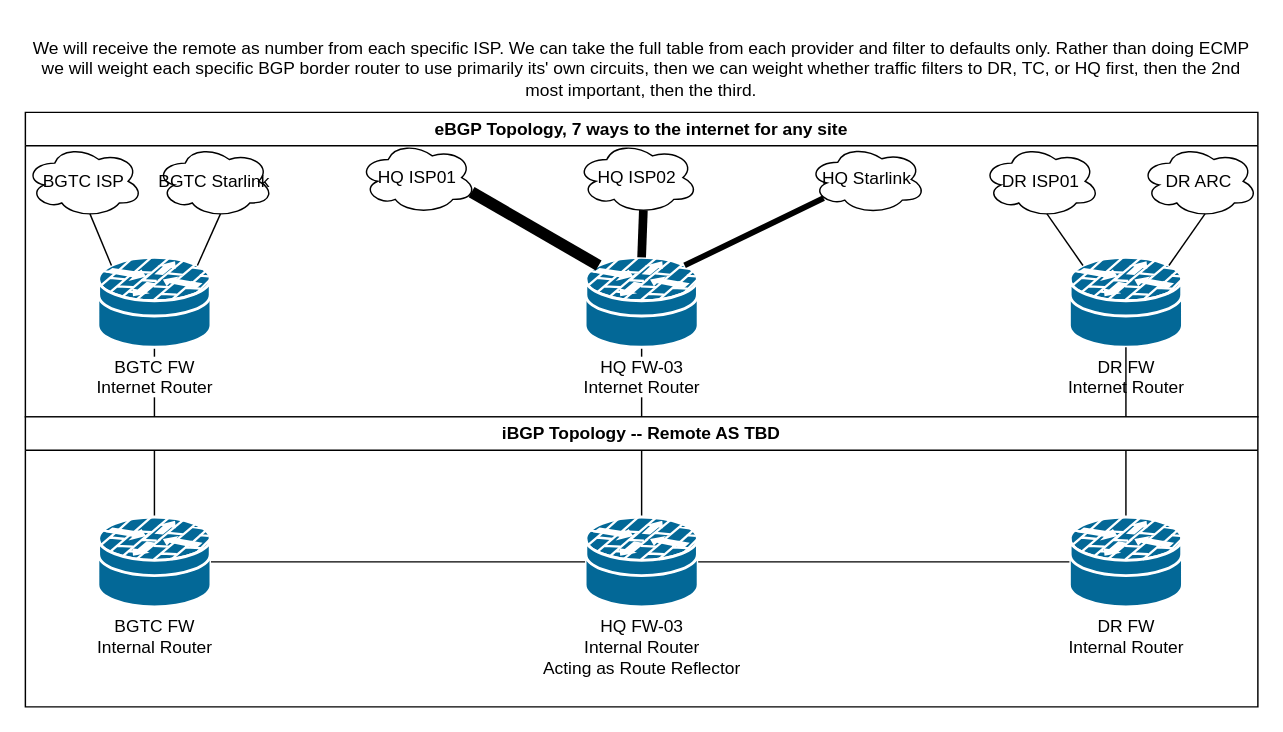
Before: page "BGP Topo" (2 of 2) of Future_Network.drawio in adamrt918/Diagram, a draw.io diagram. Source tidied: cells renumbered, new cells numbered last; positions are measured from the earlier drawing's top-left corner, leaving out a move shared by most shapes. Both pictures are drawn from the tidied source at 145%, with x=0, y=0 at pixel (25, 25).
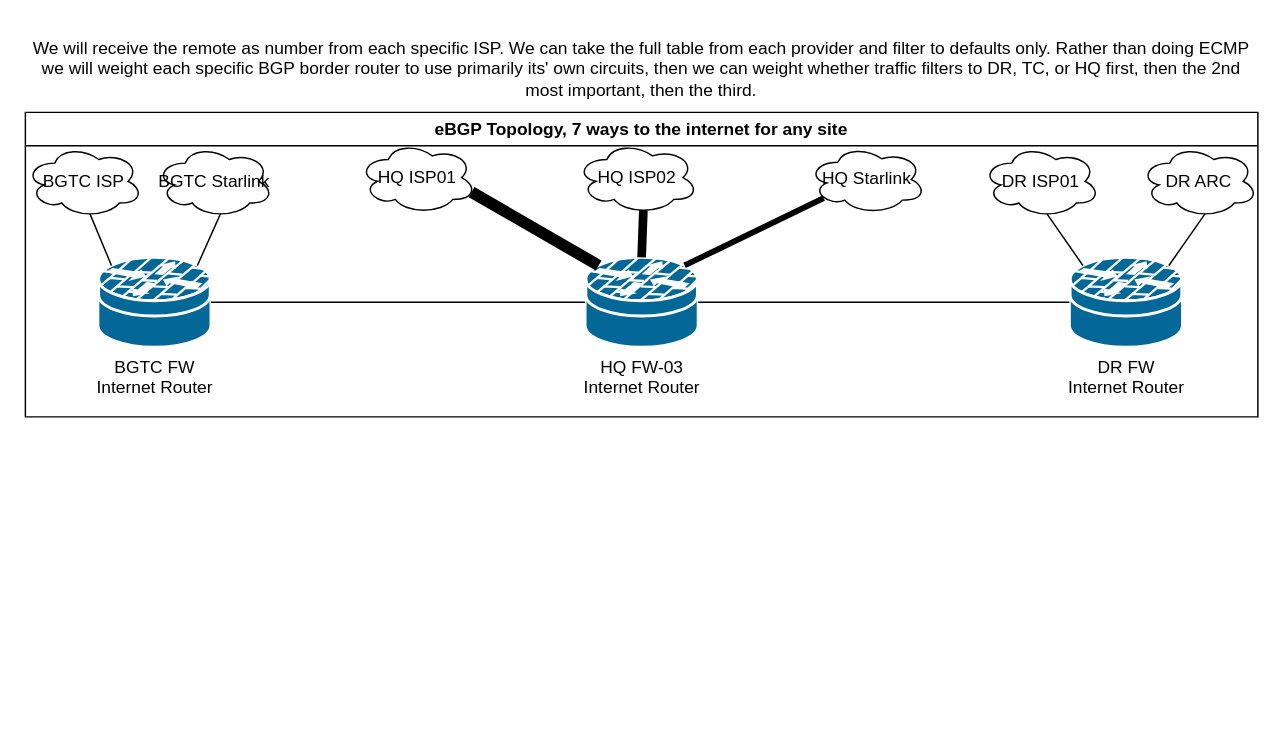
The same page after the edit.

Unchanged cells that the change refers to:
```xml
<mxCell id="4" value="eBGP Topology, 7 ways to the internet for any site" style="swimlane;whiteSpace=wrap;html=1;" parent="1" vertex="1">
  <mxGeometry y="60" width="850" height="210" as="geometry" />
</mxCell>
<mxCell id="12" value="&lt;span style=&quot;background-color: light-dark(#ffffff, var(--ge-dark-color, #121212));&quot;&gt;HQ FW-03&lt;/span&gt;&lt;div&gt;&lt;span style=&quot;background-color: light-dark(#ffffff, var(--ge-dark-color, #121212));&quot;&gt;Internet Router&lt;/span&gt;&lt;/div&gt;" style="shape=mxgraph.cisco.security.router_firewall;sketch=0;html=1;dashed=0;fillColor=#036897;strokeColor=#ffffff;strokeWidth=2;verticalLabelPosition=bottom;verticalAlign=top;align=center;outlineConnect=0;" parent="4" vertex="1">
  <mxGeometry x="386" y="100" width="78" height="62" as="geometry" />
</mxCell>
<mxCell id="13" value="&lt;span style=&quot;background-color: light-dark(#ffffff, var(--ge-dark-color, #121212));&quot;&gt;BGTC FW&lt;/span&gt;&lt;div&gt;&lt;span style=&quot;background-color: light-dark(#ffffff, var(--ge-dark-color, #121212));&quot;&gt;Internet Router&lt;/span&gt;&lt;/div&gt;" style="shape=mxgraph.cisco.security.router_firewall;sketch=0;html=1;dashed=0;fillColor=#036897;strokeColor=#ffffff;strokeWidth=2;verticalLabelPosition=bottom;verticalAlign=top;align=center;outlineConnect=0;" parent="4" vertex="1">
  <mxGeometry x="50" y="100" width="78" height="62" as="geometry" />
</mxCell>
<mxCell id="14" value="&lt;span style=&quot;background-color: light-dark(#ffffff, var(--ge-dark-color, #121212));&quot;&gt;DR FW&lt;/span&gt;&lt;div&gt;&lt;span style=&quot;background-color: light-dark(#ffffff, var(--ge-dark-color, #121212));&quot;&gt;Internet Router&lt;/span&gt;&lt;/div&gt;" style="shape=mxgraph.cisco.security.router_firewall;sketch=0;html=1;dashed=0;fillColor=#036897;strokeColor=#ffffff;strokeWidth=2;verticalLabelPosition=bottom;verticalAlign=top;align=center;outlineConnect=0;" parent="4" vertex="1">
  <mxGeometry x="720" y="100" width="78" height="62" as="geometry" />
</mxCell>
```

The edit, as a diff of the source:
```diff
@@
-    <mxCell id="2" style="edgeStyle=orthogonalEdgeStyle;rounded=0;jettySize=auto;html=1;endArrow=none;startFill=0;" parent="1" edge="1" source="12" target="26">
-      <mxGeometry relative="1" as="geometry" />
-    </mxCell>
-    <mxCell id="3" style="endArrow=none;html=1;rounded=0;entryX=0.5;entryY=1;entryDx=0;entryDy=0;entryPerimeter=0;exitX=0.5;exitY=0;exitDx=0;exitDy=0;exitPerimeter=0;" parent="1" edge="1" source="25" target="13">
-      <mxGeometry relative="1" as="geometry" />
-    </mxCell>
@@
-    <mxCell id="22" style="edgeStyle=orthogonalEdgeStyle;rounded=0;jettySize=auto;html=1;endArrow=none;startFill=0;" parent="1" edge="1" source="14" target="27">
-      <mxGeometry relative="1" as="geometry" />
-    </mxCell>
+    <mxCell id="30" style="endArrow=none;html=1;rounded=0;entryX=1;entryY=0.5;entryDx=0;entryDy=0;entryPerimeter=0;exitX=0;exitY=0.5;exitDx=0;exitDy=0;exitPerimeter=0;" parent="4" edge="1" source="12" target="13">
+      <mxGeometry relative="1" as="geometry" />
+    </mxCell>
+    <mxCell id="31" style="endArrow=none;html=1;rounded=0;entryX=1;entryY=0.5;entryDx=0;entryDy=0;entryPerimeter=0;" parent="4" edge="1" source="14" target="12">
+      <mxGeometry relative="1" as="geometry" />
+    </mxCell>
@@
-    <mxCell id="24" value="iBGP Topology -- Remote AS TBD" style="swimlane;whiteSpace=wrap;html=1;" parent="1" vertex="1">
-      <mxGeometry y="270" width="850" height="200" as="geometry" />
-    </mxCell>
-    <mxCell id="25" value="BGTC FW&lt;div&gt;Internal Router&lt;/div&gt;" style="shape=mxgraph.cisco.security.router_firewall;sketch=0;html=1;dashed=0;fillColor=#036897;strokeColor=#ffffff;strokeWidth=2;verticalLabelPosition=bottom;verticalAlign=top;align=center;outlineConnect=0;" parent="24" vertex="1">
-      <mxGeometry x="50" y="69" width="78" height="62" as="geometry" />
-    </mxCell>
-    <mxCell id="26" value="HQ FW-03&lt;div&gt;Internal Router&lt;/div&gt;&lt;div&gt;Acting as Route Reflector&lt;/div&gt;" style="shape=mxgraph.cisco.security.router_firewall;sketch=0;html=1;dashed=0;fillColor=#036897;strokeColor=#ffffff;strokeWidth=2;verticalLabelPosition=bottom;verticalAlign=top;align=center;outlineConnect=0;" parent="24" vertex="1">
-      <mxGeometry x="386" y="69" width="78" height="62" as="geometry" />
-    </mxCell>
-    <mxCell id="27" value="DR FW&lt;div&gt;Internal Router&lt;/div&gt;" style="shape=mxgraph.cisco.security.router_firewall;sketch=0;html=1;dashed=0;fillColor=#036897;strokeColor=#ffffff;strokeWidth=2;verticalLabelPosition=bottom;verticalAlign=top;align=center;outlineConnect=0;" parent="24" vertex="1">
-      <mxGeometry x="720" y="69" width="78" height="62" as="geometry" />
-    </mxCell>
-    <mxCell id="28" style="endArrow=none;html=1;rounded=0;exitX=1;exitY=0.5;exitDx=0;exitDy=0;exitPerimeter=0;entryX=0;entryY=0.5;entryDx=0;entryDy=0;entryPerimeter=0;" parent="24" edge="1" source="25" target="26">
-      <mxGeometry relative="1" as="geometry" />
-    </mxCell>
-    <mxCell id="29" style="endArrow=none;html=1;rounded=0;entryX=1;entryY=0.5;entryDx=0;entryDy=0;entryPerimeter=0;exitX=0;exitY=0.5;exitDx=0;exitDy=0;exitPerimeter=0;" parent="24" edge="1" source="27" target="26">
-      <mxGeometry relative="1" as="geometry" />
-    </mxCell>
```
